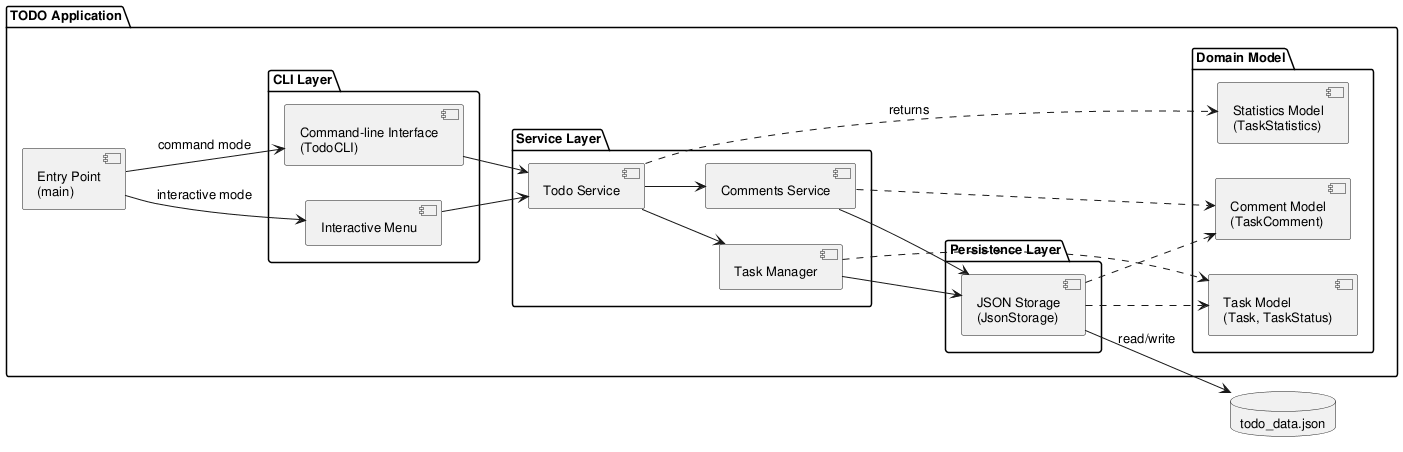
This is experiments/supervisor_as_tools/structured_text/TODO/artifacts/component_diagram.png from DanielRiha8906/Software_autoevolution_using_agents, a PlantUML export, as it was before one commit.
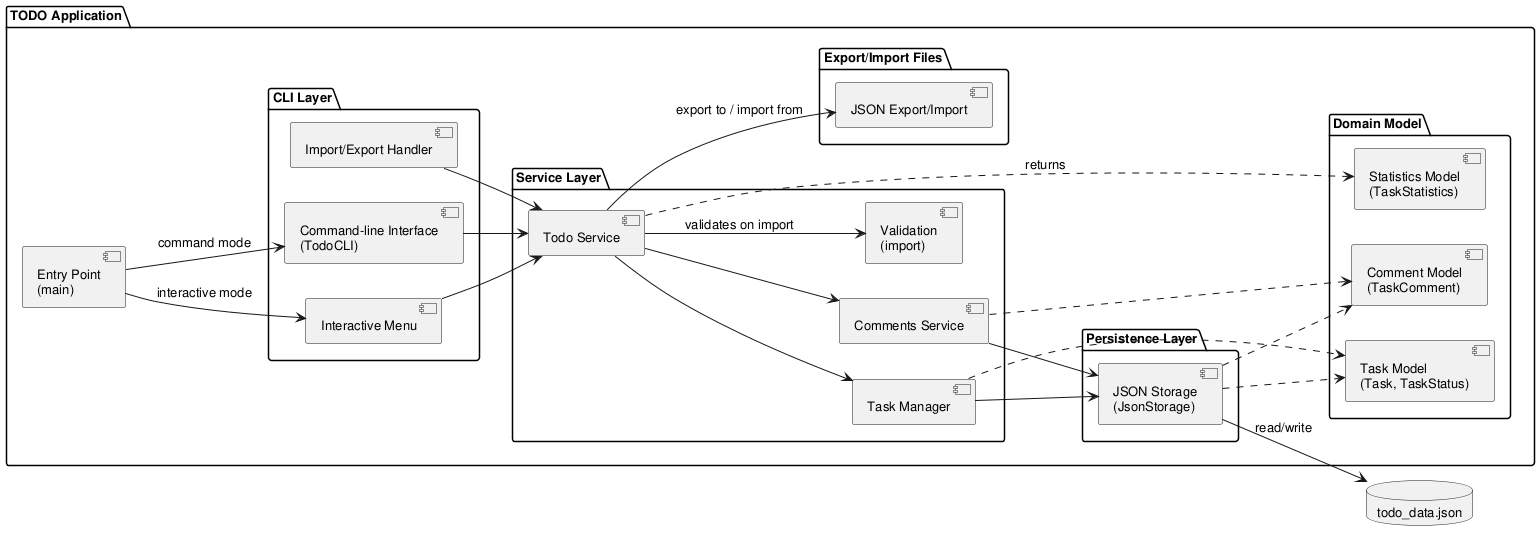
After the change.

Change to the diagram source:
```diff
@@ -12,12 +12,14 @@
     package "CLI Layer" {
         component "Interactive Menu" as IM
         component "Command-line Interface\n(TodoCLI)" as CLI
+        component "Import/Export Handler" as IEH
     }
 
     package "Service Layer" {
         component "Todo Service" as SVC
         component "Task Manager" as MGR
         component "Comments Service" as COM
+        component "Validation\n(import)" as VAL
     }
 
     package "Domain Model" {
@@ -29,6 +31,10 @@
     package "Persistence Layer" {
         component "JSON Storage\n(JsonStorage)" as Storage
     }
+
+    package "Export/Import Files" {
+        component "JSON Export/Import" as Files
+    }
 }
 
 database "todo_data.json" as DB
@@ -38,9 +44,11 @@
 
 IM --> SVC
 CLI --> SVC
+IEH --> SVC
 
 SVC --> MGR
 SVC --> COM
+SVC --> VAL : validates on import
 SVC ..> StatsModel : returns
 MGR --> Storage
 MGR ..> Model
@@ -50,5 +58,6 @@
 Storage ..> CommentModel
 
 Storage --> DB : read/write
+SVC --> Files : export to / import from
 
 @enduml
```
